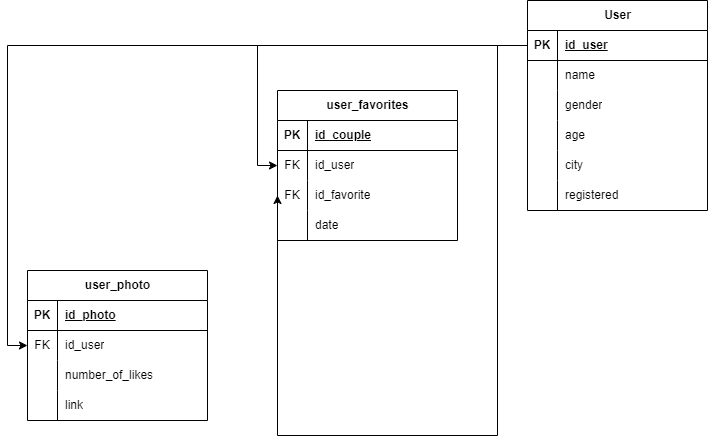
Orlov-Oleg-Igorevich/VKinder keeps this draw.io diagram as BD_telegram_bot.png. Above is the earlier version. Source tidied: cells renumbered, new cells last; positions are measured from the earlier drawing's top-left corner, leaving out a move shared by most shapes.
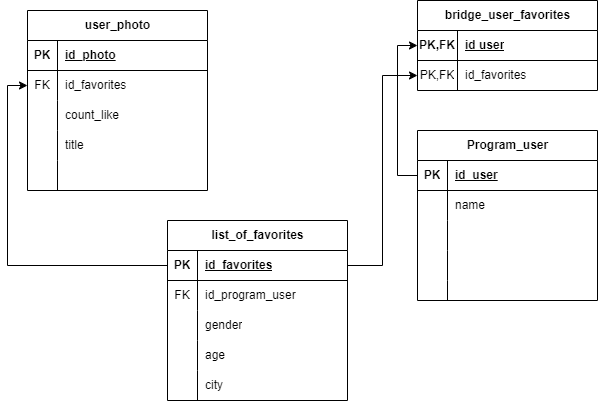
After the commit.

What changed in the source:
```diff
@@ -2,8 +2,8 @@
   <root>
     <mxCell id="0" />
     <mxCell id="1" parent="0" />
-    <mxCell id="2" value="user_favorites" style="shape=table;startSize=30;rowLines=0;fontStyle=1;align=center;html=1;" parent="1" vertex="1">
-      <mxGeometry x="250" y="90" width="180" height="150" as="geometry" />
+    <mxCell id="2" value="list_of_favorites" style="shape=table;startSize=30;rowLines=0;fontStyle=1;align=center;html=1;" parent="1" vertex="1">
+      <mxGeometry x="250" y="90" width="180" height="180" as="geometry" />
     </mxCell>
     <mxCell id="3" style="shape=tableRow;horizontal=0;startSize=0;swimlaneHead=0;swimlaneBody=0;fillColor=none;points=[[0,0.5],[1,0.5]];portConstraint=eastwest;top=0;left=0;right=0;bottom=1;" parent="2" vertex="1">
       <mxGeometry y="30" width="180" height="30" as="geometry" />
@@ -11,7 +11,7 @@
     <mxCell id="4" value="PK" style="shape=partialRectangle;fillColor=none;top=0;left=0;bottom=0;right=0;fontStyle=1;overflow=hidden;whiteSpace=wrap;html=1;" parent="3" vertex="1">
       <mxGeometry width="30" height="30" as="geometry" />
     </mxCell>
-    <mxCell id="5" value="id_couple" style="shape=partialRectangle;fillColor=none;top=0;left=0;bottom=0;right=0;align=left;spacingLeft=6;fontStyle=5;overflow=hidden;whiteSpace=wrap;html=1;" parent="3" vertex="1">
+    <mxCell id="5" value="id_favorites" style="shape=partialRectangle;fillColor=none;top=0;left=0;bottom=0;right=0;align=left;spacingLeft=6;fontStyle=5;overflow=hidden;whiteSpace=wrap;html=1;" parent="3" vertex="1">
       <mxGeometry x="30" width="150" height="30" as="geometry" />
     </mxCell>
     <mxCell id="6" style="shape=tableRow;horizontal=0;startSize=0;swimlaneHead=0;swimlaneBody=0;fillColor=none;points=[[0,0.5],[1,0.5]];portConstraint=eastwest;top=0;left=0;right=0;bottom=0;" parent="2" vertex="1">
@@ -20,29 +20,38 @@
     <mxCell id="7" value="FK" style="shape=partialRectangle;fillColor=none;top=0;left=0;bottom=0;right=0;overflow=hidden;whiteSpace=wrap;html=1;" parent="6" vertex="1">
       <mxGeometry width="30" height="30" as="geometry" />
     </mxCell>
-    <mxCell id="8" value="id_user" style="shape=partialRectangle;fillColor=none;top=0;left=0;bottom=0;right=0;align=left;spacingLeft=6;overflow=hidden;whiteSpace=wrap;html=1;" parent="6" vertex="1">
+    <mxCell id="8" value="id_program_user" style="shape=partialRectangle;fillColor=none;top=0;left=0;bottom=0;right=0;align=left;spacingLeft=6;overflow=hidden;whiteSpace=wrap;html=1;" parent="6" vertex="1">
       <mxGeometry x="30" width="150" height="30" as="geometry" />
     </mxCell>
-    <mxCell id="9" style="shape=tableRow;horizontal=0;startSize=0;swimlaneHead=0;swimlaneBody=0;fillColor=none;points=[[0,0.5],[1,0.5]];portConstraint=eastwest;top=0;left=0;right=0;bottom=0;fontStyle=0;" parent="2" vertex="1">
-      <mxGeometry y="90" width="180" height="30" as="geometry" />
-    </mxCell>
-    <mxCell id="10" value="FK" style="shape=partialRectangle;fillColor=none;top=0;left=0;bottom=0;right=0;overflow=hidden;whiteSpace=wrap;html=1;" parent="9" vertex="1">
-      <mxGeometry width="30" height="30" as="geometry" />
-    </mxCell>
-    <mxCell id="11" value="&lt;div&gt;id_favorite&lt;/div&gt;" style="shape=partialRectangle;fillColor=none;top=0;left=0;bottom=0;right=0;align=left;spacingLeft=6;overflow=hidden;whiteSpace=wrap;html=1;verticalAlign=middle;" parent="9" vertex="1">
-      <mxGeometry x="30" width="150" height="30" as="geometry" />
-    </mxCell>
     <mxCell id="12" style="shape=tableRow;horizontal=0;startSize=0;swimlaneHead=0;swimlaneBody=0;fillColor=none;top=0;left=0;right=0;bottom=0;" parent="2" vertex="1">
-      <mxGeometry y="120" width="180" height="30" as="geometry" />
+      <mxGeometry y="90" width="180" height="30" as="geometry" />
     </mxCell>
     <mxCell id="13" style="shape=partialRectangle;fillColor=none;top=0;left=0;bottom=0;right=0;overflow=hidden;whiteSpace=wrap;html=1;" parent="12" vertex="1">
       <mxGeometry width="30" height="30" as="geometry" />
     </mxCell>
-    <mxCell id="14" value="date" style="shape=partialRectangle;fillColor=none;top=0;left=0;bottom=0;right=0;align=left;spacingLeft=6;overflow=hidden;whiteSpace=wrap;html=1;" parent="12" vertex="1">
+    <mxCell id="14" value="gender" style="shape=partialRectangle;fillColor=none;top=0;left=0;bottom=0;right=0;align=left;spacingLeft=6;overflow=hidden;whiteSpace=wrap;html=1;" parent="12" vertex="1">
       <mxGeometry x="30" width="150" height="30" as="geometry" />
     </mxCell>
+    <mxCell id="50" style="shape=tableRow;horizontal=0;startSize=0;swimlaneHead=0;swimlaneBody=0;fillColor=none;top=0;left=0;right=0;bottom=0;" parent="2" vertex="1">
+      <mxGeometry y="120" width="180" height="30" as="geometry" />
+    </mxCell>
+    <mxCell id="51" style="shape=partialRectangle;fillColor=none;top=0;left=0;bottom=0;right=0;overflow=hidden;whiteSpace=wrap;html=1;" parent="50" vertex="1">
+      <mxGeometry width="30" height="30" as="geometry" />
+    </mxCell>
+    <mxCell id="52" value="age" style="shape=partialRectangle;fillColor=none;top=0;left=0;bottom=0;right=0;align=left;spacingLeft=6;overflow=hidden;whiteSpace=wrap;html=1;" parent="50" vertex="1">
+      <mxGeometry x="30" width="150" height="30" as="geometry" />
+    </mxCell>
+    <mxCell id="53" style="shape=tableRow;horizontal=0;startSize=0;swimlaneHead=0;swimlaneBody=0;fillColor=none;top=0;left=0;right=0;bottom=0;" parent="2" vertex="1">
+      <mxGeometry y="150" width="180" height="30" as="geometry" />
+    </mxCell>
+    <mxCell id="54" style="shape=partialRectangle;fillColor=none;top=0;left=0;bottom=0;right=0;overflow=hidden;whiteSpace=wrap;html=1;" parent="53" vertex="1">
+      <mxGeometry width="30" height="30" as="geometry" />
+    </mxCell>
+    <mxCell id="55" value="city" style="shape=partialRectangle;fillColor=none;top=0;left=0;bottom=0;right=0;align=left;spacingLeft=6;overflow=hidden;whiteSpace=wrap;html=1;" parent="53" vertex="1">
+      <mxGeometry x="30" width="150" height="30" as="geometry" />
+    </mxCell>
     <mxCell id="15" value="user_photo" style="shape=table;startSize=30;rowLines=0;fontStyle=1;align=center;html=1;" parent="1" vertex="1">
-      <mxGeometry y="270" width="180" height="150" as="geometry" />
+      <mxGeometry x="110" y="-120" width="180" height="180" as="geometry" />
     </mxCell>
     <mxCell id="16" style="shape=tableRow;horizontal=0;startSize=0;swimlaneHead=0;swimlaneBody=0;fillColor=none;top=0;left=0;right=0;bottom=1;" parent="15" vertex="1">
       <mxGeometry y="30" width="180" height="30" as="geometry" />
@@ -59,7 +68,7 @@
     <mxCell id="20" value="FK" style="shape=partialRectangle;fillColor=none;top=0;left=0;bottom=0;right=0;overflow=hidden;whiteSpace=wrap;html=1;" parent="19" vertex="1">
       <mxGeometry width="30" height="30" as="geometry" />
     </mxCell>
-    <mxCell id="21" value="id_user" style="shape=partialRectangle;fillColor=none;top=0;left=0;bottom=0;right=0;align=left;spacingLeft=6;overflow=hidden;whiteSpace=wrap;html=1;" parent="19" vertex="1">
+    <mxCell id="21" value="id_favorites" style="shape=partialRectangle;fillColor=none;top=0;left=0;bottom=0;right=0;align=left;spacingLeft=6;overflow=hidden;whiteSpace=wrap;html=1;" parent="19" vertex="1">
       <mxGeometry x="30" width="150" height="30" as="geometry" />
     </mxCell>
     <mxCell id="22" style="shape=tableRow;horizontal=0;startSize=0;swimlaneHead=0;swimlaneBody=0;fillColor=none;top=0;left=0;right=0;bottom=0;" parent="15" vertex="1">
@@ -68,7 +77,7 @@
     <mxCell id="23" style="shape=partialRectangle;fillColor=none;top=0;left=0;bottom=0;right=0;overflow=hidden;whiteSpace=wrap;html=1;" parent="22" vertex="1">
       <mxGeometry width="30" height="30" as="geometry" />
     </mxCell>
-    <mxCell id="24" value="number_of_likes" style="shape=partialRectangle;fillColor=none;top=0;left=0;bottom=0;right=0;align=left;spacingLeft=6;overflow=hidden;whiteSpace=wrap;html=1;" parent="22" vertex="1">
+    <mxCell id="24" value="count_like" style="shape=partialRectangle;fillColor=none;top=0;left=0;bottom=0;right=0;align=left;spacingLeft=6;overflow=hidden;whiteSpace=wrap;html=1;" parent="22" vertex="1">
       <mxGeometry x="30" width="150" height="30" as="geometry" />
     </mxCell>
     <mxCell id="25" style="shape=tableRow;horizontal=0;startSize=0;swimlaneHead=0;swimlaneBody=0;fillColor=none;top=0;left=0;right=0;bottom=0;" parent="15" vertex="1">
@@ -77,11 +86,20 @@
     <mxCell id="26" style="shape=partialRectangle;fillColor=none;top=0;left=0;bottom=0;right=0;overflow=hidden;whiteSpace=wrap;html=1;" parent="25" vertex="1">
       <mxGeometry width="30" height="30" as="geometry" />
     </mxCell>
-    <mxCell id="27" value="link" style="shape=partialRectangle;fillColor=none;top=0;left=0;bottom=0;right=0;align=left;spacingLeft=6;overflow=hidden;whiteSpace=wrap;html=1;" parent="25" vertex="1">
+    <mxCell id="27" value="title" style="shape=partialRectangle;fillColor=none;top=0;left=0;bottom=0;right=0;align=left;spacingLeft=6;overflow=hidden;whiteSpace=wrap;html=1;" parent="25" vertex="1">
       <mxGeometry x="30" width="150" height="30" as="geometry" />
     </mxCell>
+    <mxCell id="56" style="shape=tableRow;horizontal=0;startSize=0;swimlaneHead=0;swimlaneBody=0;fillColor=none;top=0;left=0;right=0;bottom=0;" parent="15" vertex="1">
+      <mxGeometry y="150" width="180" height="30" as="geometry" />
+    </mxCell>
+    <mxCell id="57" style="shape=partialRectangle;fillColor=none;top=0;left=0;bottom=0;right=0;overflow=hidden;whiteSpace=wrap;html=1;" parent="56" vertex="1">
+      <mxGeometry width="30" height="30" as="geometry" />
+    </mxCell>
+    <mxCell id="58" style="shape=partialRectangle;fillColor=none;top=0;left=0;bottom=0;right=0;align=left;spacingLeft=6;overflow=hidden;whiteSpace=wrap;html=1;" parent="56" vertex="1">
+      <mxGeometry x="30" width="150" height="30" as="geometry" />
+    </mxCell>
-    <mxCell id="28" value="User" style="shape=table;startSize=30;rowLines=0;fontStyle=1;align=center;html=1;" parent="1" vertex="1">
-      <mxGeometry x="500" width="180" height="210" as="geometry" />
+    <mxCell id="28" value="Program_user" style="shape=table;startSize=30;rowLines=0;fontStyle=1;align=center;html=1;" parent="1" vertex="1">
+      <mxGeometry x="500" width="180" height="170" as="geometry" />
     </mxCell>
     <mxCell id="29" style="shape=tableRow;horizontal=0;startSize=0;swimlaneHead=0;swimlaneBody=0;fillColor=none;points=[[0,0.5],[1,0.5]];portConstraint=eastwest;top=0;left=0;right=0;bottom=1;" parent="28" vertex="1">
       <mxGeometry y="30" width="180" height="30" as="geometry" />
@@ -107,7 +125,7 @@
     <mxCell id="36" style="shape=partialRectangle;fillColor=none;top=0;left=0;bottom=0;right=0;overflow=hidden;whiteSpace=wrap;html=1;" parent="35" vertex="1">
       <mxGeometry width="30" height="30" as="geometry" />
     </mxCell>
-    <mxCell id="37" value="gender" style="shape=partialRectangle;fillColor=none;top=0;left=0;bottom=0;right=0;align=left;spacingLeft=6;overflow=hidden;whiteSpace=wrap;html=1;" parent="35" vertex="1">
+    <mxCell id="37" style="shape=partialRectangle;fillColor=none;top=0;left=0;bottom=0;right=0;align=left;spacingLeft=6;overflow=hidden;whiteSpace=wrap;html=1;" parent="35" vertex="1">
       <mxGeometry x="30" width="150" height="30" as="geometry" />
     </mxCell>
     <mxCell id="38" style="shape=tableRow;horizontal=0;startSize=0;swimlaneHead=0;swimlaneBody=0;fillColor=none;top=0;left=0;right=0;bottom=0;" parent="28" vertex="1">
@@ -116,41 +134,47 @@
     <mxCell id="39" style="shape=partialRectangle;fillColor=none;top=0;left=0;bottom=0;right=0;overflow=hidden;whiteSpace=wrap;html=1;" parent="38" vertex="1">
       <mxGeometry width="30" height="30" as="geometry" />
     </mxCell>
-    <mxCell id="40" value="age" style="shape=partialRectangle;fillColor=none;top=0;left=0;bottom=0;right=0;align=left;spacingLeft=6;overflow=hidden;whiteSpace=wrap;html=1;" parent="38" vertex="1">
+    <mxCell id="40" style="shape=partialRectangle;fillColor=none;top=0;left=0;bottom=0;right=0;align=left;spacingLeft=6;overflow=hidden;whiteSpace=wrap;html=1;" parent="38" vertex="1">
       <mxGeometry x="30" width="150" height="30" as="geometry" />
     </mxCell>
     <mxCell id="41" style="shape=tableRow;horizontal=0;startSize=0;swimlaneHead=0;swimlaneBody=0;fillColor=none;top=0;left=0;right=0;bottom=0;" parent="28" vertex="1">
-      <mxGeometry y="150" width="180" height="30" as="geometry" />
+      <mxGeometry y="150" width="180" height="20" as="geometry" />
     </mxCell>
     <mxCell id="42" style="shape=partialRectangle;fillColor=none;top=0;left=0;bottom=0;right=0;overflow=hidden;whiteSpace=wrap;html=1;" parent="41" vertex="1">
-      <mxGeometry width="30" height="30" as="geometry" />
+      <mxGeometry width="30" height="20" as="geometry" />
     </mxCell>
-    <mxCell id="43" value="city" style="shape=partialRectangle;fillColor=none;top=0;left=0;bottom=0;right=0;align=left;spacingLeft=6;overflow=hidden;whiteSpace=wrap;html=1;" parent="41" vertex="1">
-      <mxGeometry x="30" width="150" height="30" as="geometry" />
+    <mxCell id="43" style="shape=partialRectangle;fillColor=none;top=0;left=0;bottom=0;right=0;align=left;spacingLeft=6;overflow=hidden;whiteSpace=wrap;html=1;" parent="41" vertex="1">
+      <mxGeometry x="30" width="150" height="20" as="geometry" />
     </mxCell>
-    <mxCell id="44" style="shape=tableRow;horizontal=0;startSize=0;swimlaneHead=0;swimlaneBody=0;fillColor=none;top=0;left=0;right=0;bottom=0;" parent="28" vertex="1">
-      <mxGeometry y="180" width="180" height="30" as="geometry" />
-    </mxCell>
-    <mxCell id="45" style="shape=partialRectangle;fillColor=none;top=0;left=0;bottom=0;right=0;overflow=hidden;whiteSpace=wrap;html=1;" parent="44" vertex="1">
-      <mxGeometry width="30" height="30" as="geometry" />
-    </mxCell>
-    <mxCell id="46" value="registered" style="shape=partialRectangle;fillColor=none;top=0;left=0;bottom=0;right=0;align=left;spacingLeft=6;overflow=hidden;whiteSpace=wrap;html=1;" parent="44" vertex="1">
-      <mxGeometry x="30" width="150" height="30" as="geometry" />
-    </mxCell>
-    <mxCell id="47" style="edgeStyle=orthogonalEdgeStyle;rounded=0;jettySize=auto;html=1;entryX=0;entryY=0.5;entryDx=0;entryDy=0;" parent="1" edge="1" source="29" target="6">
-      <mxGeometry relative="1" as="geometry" />
-    </mxCell>
-    <mxCell id="48" style="edgeStyle=orthogonalEdgeStyle;rounded=0;jettySize=auto;html=1;exitX=0;exitY=0.5;exitDx=0;exitDy=0;entryX=0;entryY=0.5;entryDx=0;entryDy=0;" parent="1" edge="1" source="29" target="19">
+    <mxCell id="48" style="edgeStyle=orthogonalEdgeStyle;rounded=0;jettySize=auto;html=1;exitX=0;exitY=0.5;exitDx=0;exitDy=0;entryX=0;entryY=0.5;entryDx=0;entryDy=0;" parent="1" edge="1" source="3" target="19">
       <mxGeometry relative="1" as="geometry" />
     </mxCell>
-    <mxCell id="49" style="edgeStyle=orthogonalEdgeStyle;rounded=0;jettySize=auto;html=1;entryX=0;entryY=0.5;entryDx=0;entryDy=0;" parent="1" edge="1" source="29" target="9">
-      <mxGeometry relative="1" as="geometry">
-        <Array as="points">
-          <mxPoint x="470" y="45" />
-          <mxPoint x="470" y="435" />
-          <mxPoint x="250" y="435" />
-        </Array>
-      </mxGeometry>
-    </mxCell>
+    <mxCell id="59" value="bridge_user_favorites" style="shape=table;startSize=30;rowLines=0;fontStyle=1;align=center;html=1;" parent="1" vertex="1">
+      <mxGeometry x="500" y="-130" width="180" height="90" as="geometry" />
+    </mxCell>
+    <mxCell id="60" style="shape=tableRow;horizontal=0;startSize=0;swimlaneHead=0;swimlaneBody=0;fillColor=none;points=[[0,0.5],[1,0.5]];portConstraint=eastwest;top=0;left=0;right=0;bottom=1;" parent="59" vertex="1">
+      <mxGeometry y="30" width="180" height="30" as="geometry" />
+    </mxCell>
+    <mxCell id="61" value="PK,FK" style="shape=partialRectangle;fillColor=none;top=0;left=0;bottom=0;right=0;fontStyle=1;overflow=hidden;whiteSpace=wrap;html=1;" parent="60" vertex="1">
+      <mxGeometry width="40" height="30" as="geometry" />
+    </mxCell>
+    <mxCell id="62" value="id user" style="shape=partialRectangle;fillColor=none;top=0;left=0;bottom=0;right=0;align=left;spacingLeft=6;fontStyle=5;overflow=hidden;whiteSpace=wrap;html=1;" parent="60" vertex="1">
+      <mxGeometry x="40" width="140" height="30" as="geometry" />
+    </mxCell>
+    <mxCell id="63" style="shape=tableRow;horizontal=0;startSize=0;swimlaneHead=0;swimlaneBody=0;fillColor=none;points=[[0,0.5],[1,0.5]];portConstraint=eastwest;top=0;left=0;right=0;bottom=0;" parent="59" vertex="1">
+      <mxGeometry y="60" width="180" height="30" as="geometry" />
+    </mxCell>
+    <mxCell id="64" value="PK,FK" style="shape=partialRectangle;fillColor=none;top=0;left=0;bottom=0;right=0;overflow=hidden;whiteSpace=wrap;html=1;" parent="63" vertex="1">
+      <mxGeometry width="40" height="30" as="geometry" />
+    </mxCell>
+    <mxCell id="65" value="id_favorites" style="shape=partialRectangle;fillColor=none;top=0;left=0;bottom=0;right=0;align=left;spacingLeft=6;overflow=hidden;whiteSpace=wrap;html=1;" parent="63" vertex="1">
+      <mxGeometry x="40" width="140" height="30" as="geometry" />
+    </mxCell>
+    <mxCell id="66" style="edgeStyle=orthogonalEdgeStyle;rounded=0;jettySize=auto;html=1;exitX=1;exitY=0.5;exitDx=0;exitDy=0;entryX=0;entryY=0.5;entryDx=0;entryDy=0;" parent="1" edge="1" source="3" target="63">
+      <mxGeometry relative="1" as="geometry" />
+    </mxCell>
+    <mxCell id="67" style="edgeStyle=orthogonalEdgeStyle;rounded=0;jettySize=auto;html=1;exitX=0;exitY=0.5;exitDx=0;exitDy=0;entryX=0;entryY=0.5;entryDx=0;entryDy=0;" parent="1" edge="1" source="29" target="60">
+      <mxGeometry relative="1" as="geometry" />
+    </mxCell>
   </root>
 </mxGraphModel>
```
